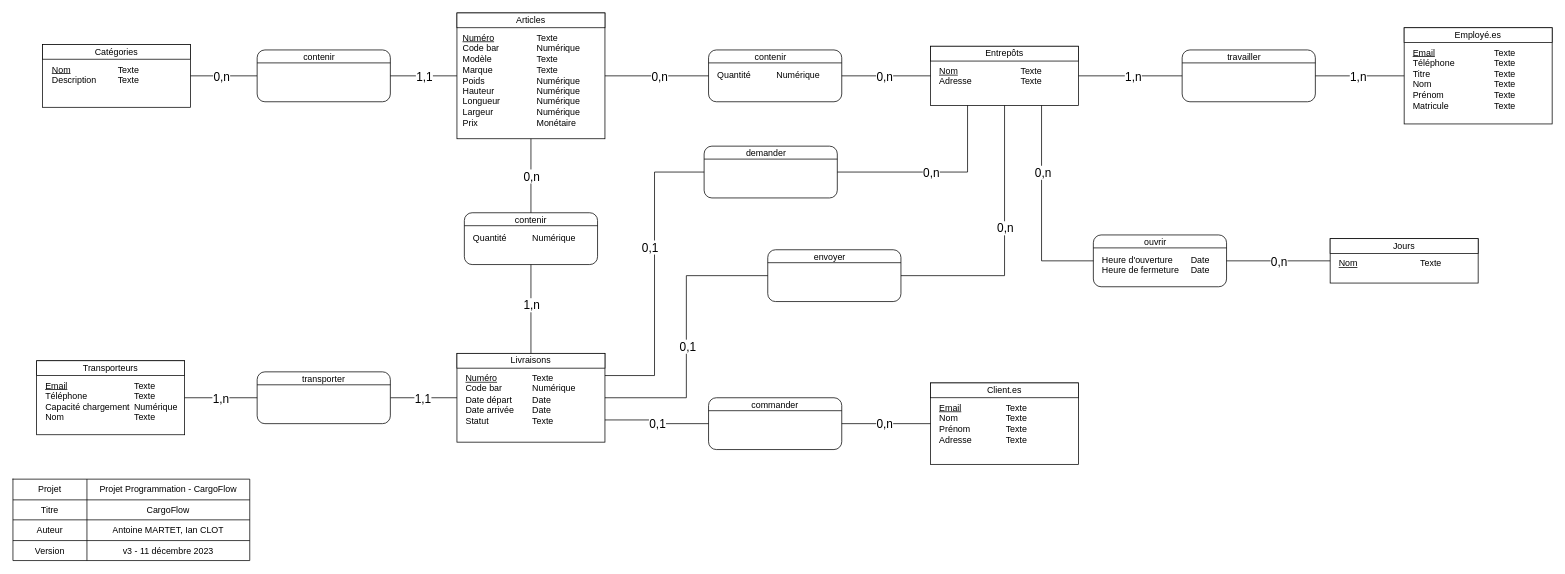
This is Documentation/CargoFlow_MCD_v3.drawio from AntoineMartet/CargoFlow, a draw.io file, before an edit. Source tidied: cells renumbered, new cells numbered last; positions are measured from the earlier drawing's top-left corner, leaving out a move shared by most shapes. Both pictures are drawn from the tidied source at 74%, with x=0, y=0 at pixel (13, 13).
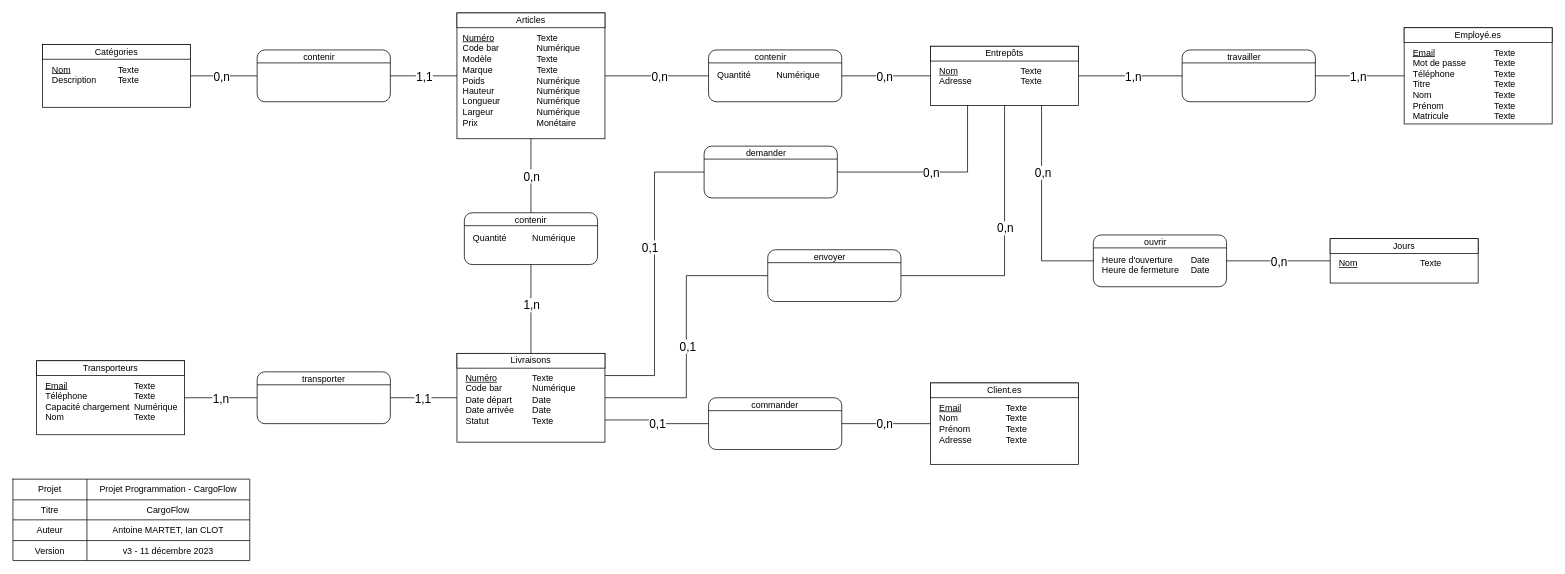
The same page after the edit.

Diff of the diagram source:
```diff
@@
-    <mxCell id="90" value="&lt;u&gt;Email&lt;br&gt;&lt;/u&gt;Téléphone&lt;br&gt;Titre&lt;br&gt;Nom&lt;br&gt;Prénom&lt;br&gt;Matricule" style="text;html=1;strokeColor=none;fillColor=none;align=left;verticalAlign=top;whiteSpace=wrap;rounded=0;" parent="1" vertex="1">
-      <mxGeometry x="1890" y="40" width="110" height="70" as="geometry" />
+    <mxCell id="90" value="&lt;u&gt;Email&lt;br&gt;&lt;/u&gt;Mot de passe&lt;br&gt;Téléphone&lt;br&gt;Titre&lt;br&gt;Nom&lt;br&gt;Prénom&lt;br&gt;Matricule" style="text;html=1;strokeColor=none;fillColor=none;align=left;verticalAlign=top;whiteSpace=wrap;rounded=0;" parent="1" vertex="1">
+      <mxGeometry x="1890" y="40" width="110" height="110" as="geometry" />
     </mxCell>
-    <mxCell id="91" value="Texte&lt;br&gt;Texte&lt;br&gt;Texte&lt;br&gt;Texte&lt;br&gt;Texte&lt;br&gt;Texte" style="text;html=1;strokeColor=none;fillColor=none;align=left;verticalAlign=top;whiteSpace=wrap;rounded=0;" parent="1" vertex="1">
-      <mxGeometry x="2000" y="40" width="80" height="80" as="geometry" />
+    <mxCell id="91" value="Texte&lt;br&gt;Texte&lt;br&gt;Texte&lt;br&gt;Texte&lt;br&gt;Texte&lt;br&gt;Texte&lt;br&gt;Texte" style="text;html=1;strokeColor=none;fillColor=none;align=left;verticalAlign=top;whiteSpace=wrap;rounded=0;" parent="1" vertex="1">
+      <mxGeometry x="2000" y="40" width="80" height="110" as="geometry" />
     </mxCell>
```
